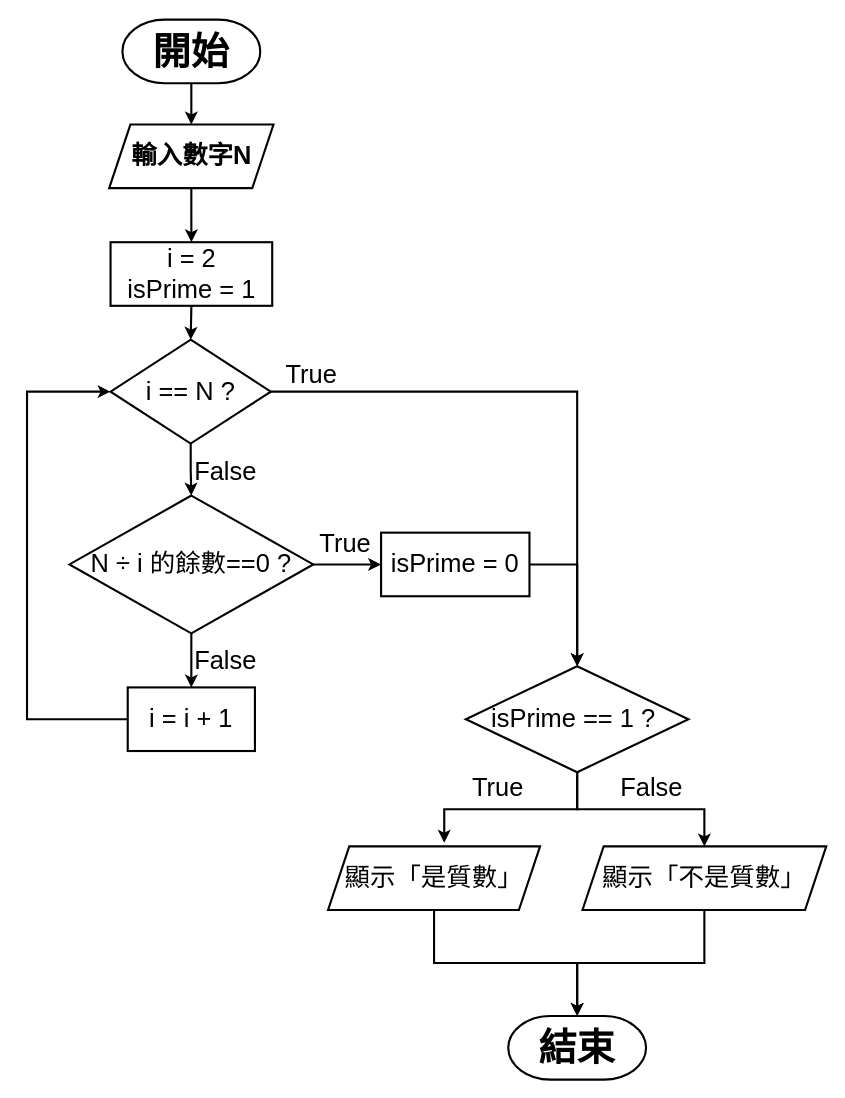
Before: 質數判斷(進階).drawio in htc805/FlowChart, a draw.io diagram. Source tidied: cells renumbered, new cells numbered last; positions are measured from the earlier drawing's top-left corner, leaving out a move shared by most shapes. Both pictures are drawn from the tidied source at 106%, with x=0, y=0 at pixel (26, 19).
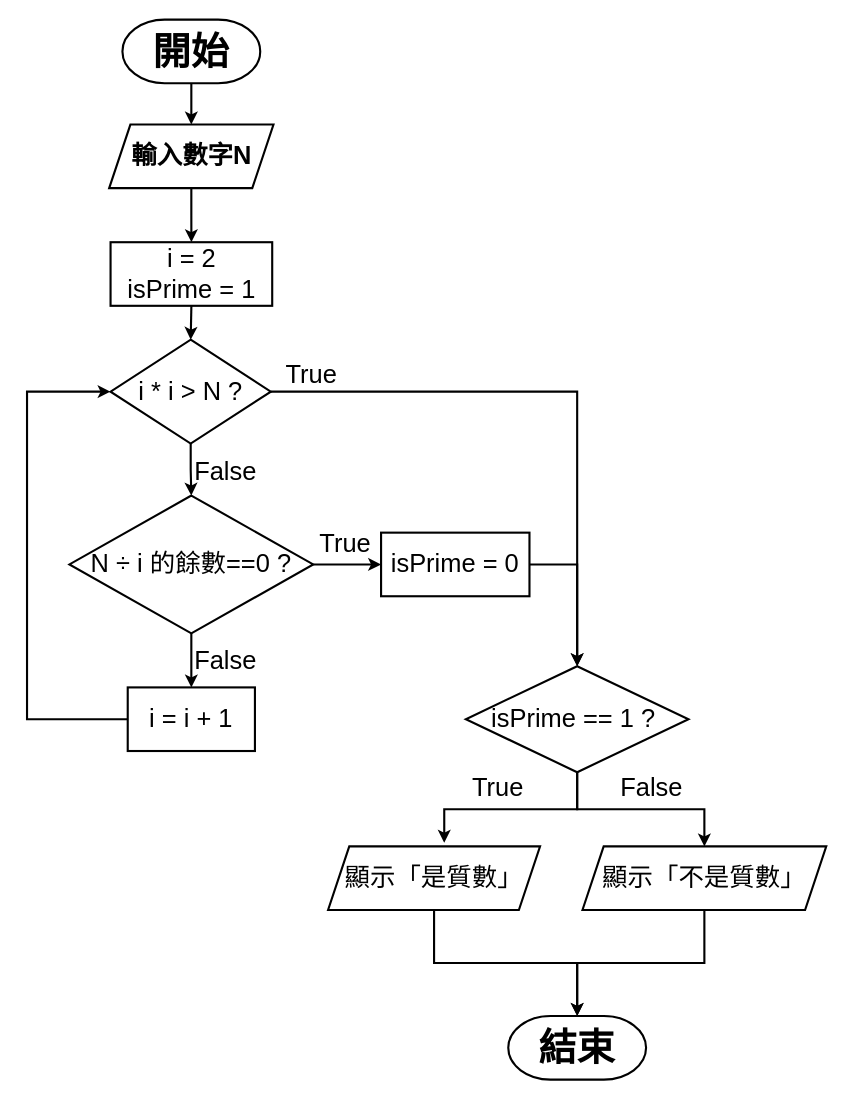
Above is the later version.

Commit message:
更新質數判斷(進階).drawio

Change to the diagram source:
```diff
@@
-    <mxCell id="10" value="i == N ?" style="rhombus;whiteSpace=wrap;html=1;fontSize=24;strokeWidth=2;" parent="1" vertex="1">
+    <mxCell id="10" value="i * i &amp;gt; N ?" style="rhombus;whiteSpace=wrap;html=1;fontSize=24;strokeWidth=2;" parent="1" vertex="1">
       <mxGeometry x="78.8" y="302" width="151.2" height="98" as="geometry" />
     </mxCell>
```
